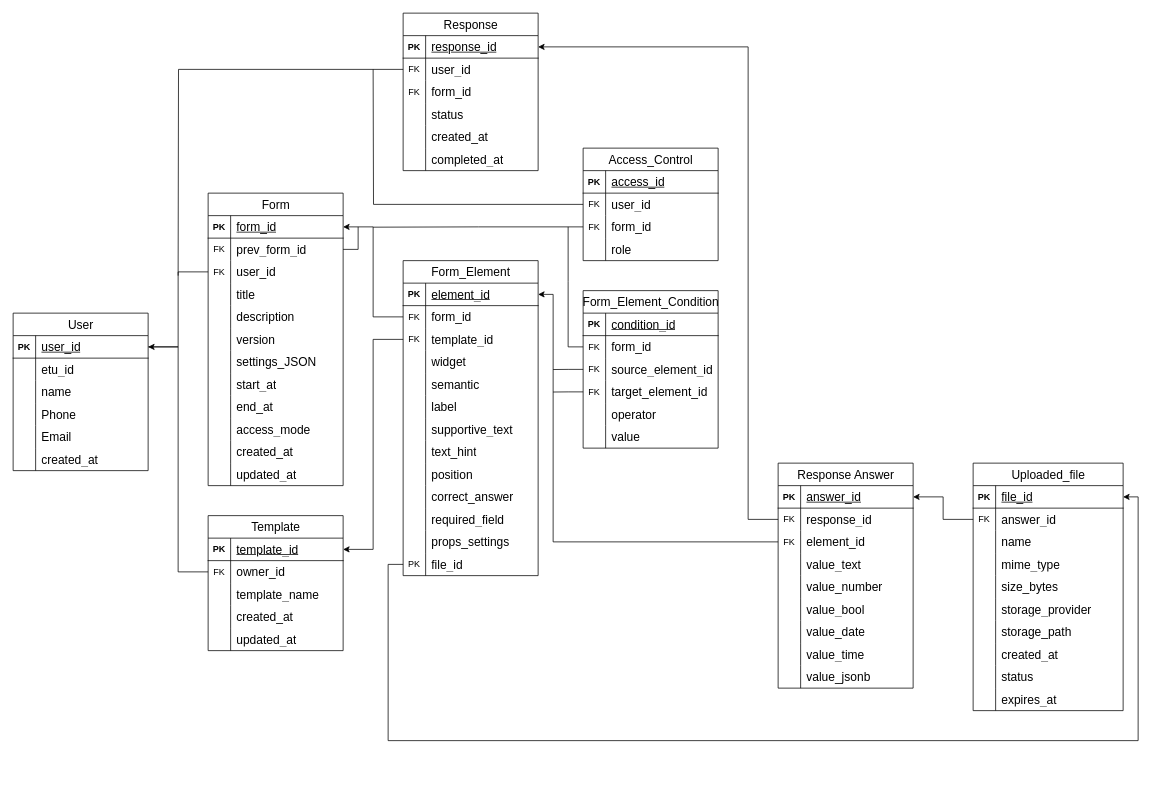
The draw.io diagram docs/ER.drawio in brick1ng5654/ETU-Forms, before the edit. Source tidied: cells renumbered, new cells numbered last; positions are measured from the earlier drawing's top-left corner, leaving out a move shared by most shapes. Both pictures are drawn from the tidied source at 75%, with x=0, y=0 at pixel (13, 13).
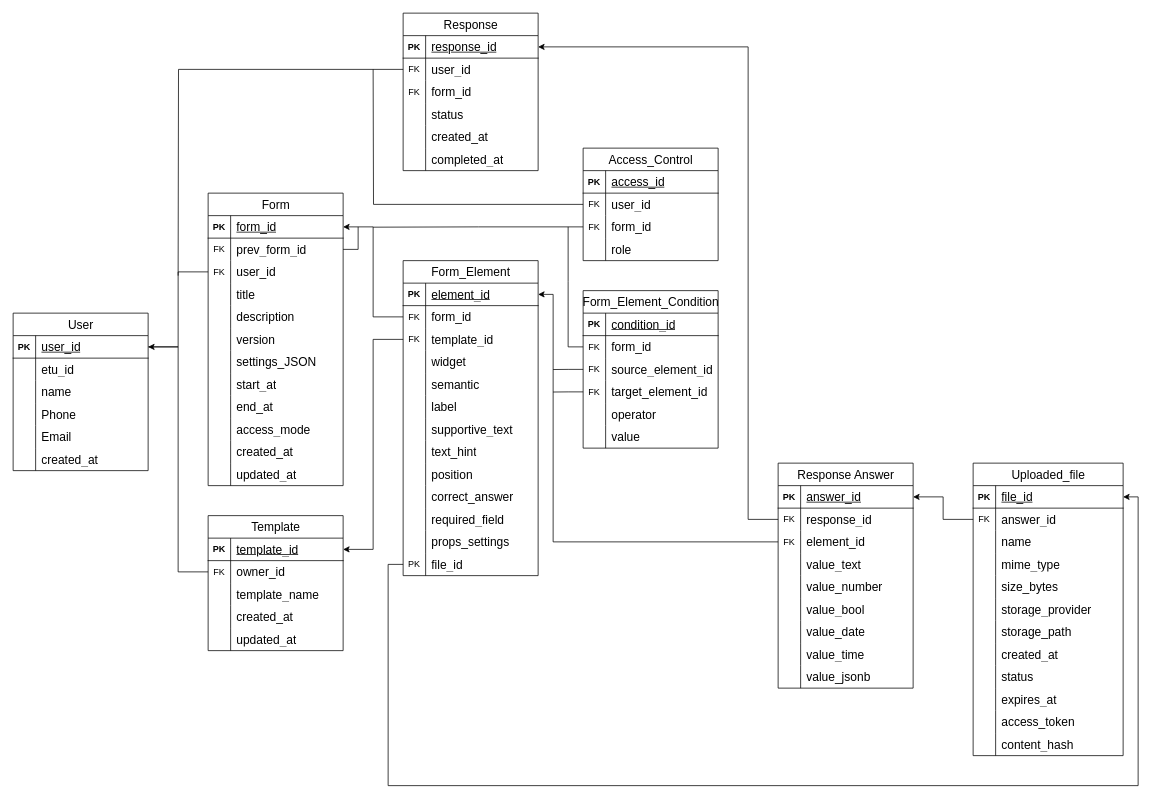
After the change.

Commit message (it also covers changes not shown here):
обновлены ER файлы

Unchanged cells that the change refers to:
```xml
<mxCell id="128" style="shape=tableRow;horizontal=0;startSize=0;swimlaneHead=0;swimlaneBody=0;fillColor=none;points=[[0,0.5],[1,0.5]];portConstraint=eastwest;top=0;left=0;right=0;bottom=0;" parent="91" vertex="1">
  <mxGeometry y="390" width="180" height="30" as="geometry" />
</mxCell>
<mxCell id="168" style="shape=tableRow;horizontal=0;startSize=0;swimlaneHead=0;swimlaneBody=0;fillColor=none;points=[[0,0.5],[1,0.5]];portConstraint=eastwest;top=0;left=0;right=0;bottom=1;" parent="167" vertex="1">
  <mxGeometry y="30" width="200" height="30" as="geometry" />
</mxCell>
```

The edit, as a diff of the source:
```diff
@@
     <mxCell id="167" value="&lt;font style=&quot;font-size: 16px; font-weight: normal;&quot;&gt;Uploaded_file&lt;/font&gt;" style="shape=table;startSize=30;childLayout=tableLayout;rowLines=0;fontStyle=1;align=center;html=1;" parent="1" vertex="1">
-      <mxGeometry x="1280" y="600" width="200" height="330" as="geometry" />
+      <mxGeometry x="1280" y="600" width="200" height="390" as="geometry" />
     </mxCell>
@@
+    <mxCell id="239" style="shape=tableRow;horizontal=0;startSize=0;swimlaneHead=0;swimlaneBody=0;fillColor=none;top=0;left=0;right=0;bottom=0;" parent="167" vertex="1">
+      <mxGeometry y="330" width="200" height="30" as="geometry" />
+    </mxCell>
+    <mxCell id="240" style="shape=partialRectangle;fillColor=none;top=0;left=0;bottom=0;right=0;overflow=hidden;whiteSpace=wrap;html=1;" parent="239" vertex="1">
+      <mxGeometry width="30" height="30" as="geometry" />
+    </mxCell>
+    <mxCell id="241" value="access_token" style="shape=partialRectangle;fillColor=none;top=0;left=0;bottom=0;right=0;align=left;spacingLeft=6;overflow=hidden;whiteSpace=wrap;html=1;fontSize=16;" parent="239" vertex="1">
+      <mxGeometry x="30" width="170" height="30" as="geometry" />
+    </mxCell>
+    <mxCell id="242" style="shape=tableRow;horizontal=0;startSize=0;swimlaneHead=0;swimlaneBody=0;fillColor=none;top=0;left=0;right=0;bottom=0;" parent="167" vertex="1">
+      <mxGeometry y="360" width="200" height="30" as="geometry" />
+    </mxCell>
+    <mxCell id="243" style="shape=partialRectangle;fillColor=none;top=0;left=0;bottom=0;right=0;overflow=hidden;whiteSpace=wrap;html=1;" parent="242" vertex="1">
+      <mxGeometry width="30" height="30" as="geometry" />
+    </mxCell>
+    <mxCell id="244" value="content_hash" style="shape=partialRectangle;fillColor=none;top=0;left=0;bottom=0;right=0;align=left;spacingLeft=6;overflow=hidden;whiteSpace=wrap;html=1;fontSize=16;" parent="242" vertex="1">
+      <mxGeometry x="30" width="170" height="30" as="geometry" />
+    </mxCell>
@@
     <mxCell id="238" style="edgeStyle=orthogonalEdgeStyle;rounded=0;jettySize=auto;html=1;exitX=0;exitY=0.5;exitDx=0;exitDy=0;entryX=1;entryY=0.5;entryDx=0;entryDy=0;" parent="1" edge="1" source="128" target="168">
       <mxGeometry relative="1" as="geometry">
         <Array as="points">
           <mxPoint x="500" y="735" />
-          <mxPoint x="500" y="970" />
-          <mxPoint x="1500" y="970" />
+          <mxPoint x="500" y="1030" />
+          <mxPoint x="1500" y="1030" />
           <mxPoint x="1500" y="645" />
         </Array>
       </mxGeometry>
     </mxCell>
```
